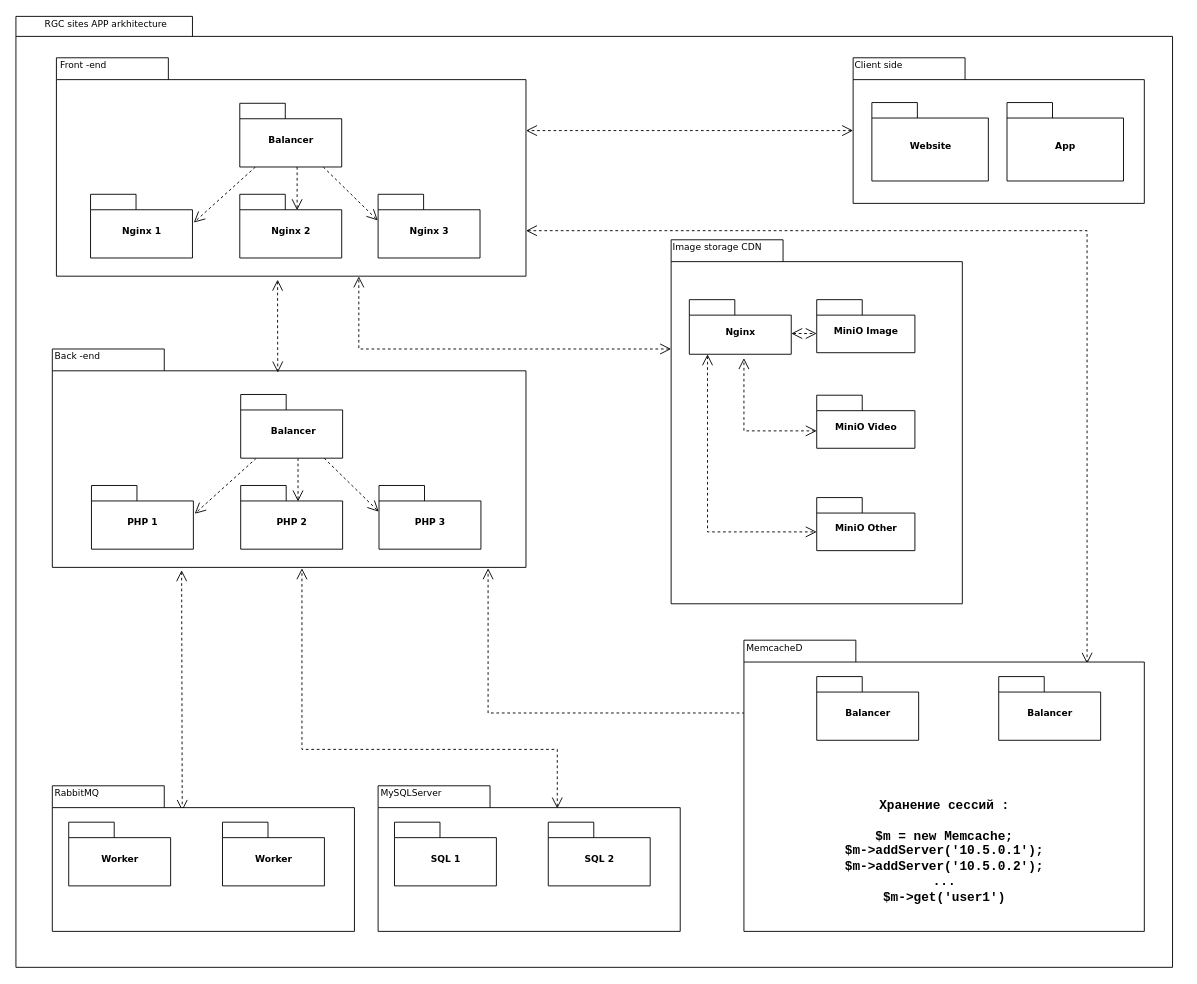
This is arkhitecture RGC sites system.drawio from xxipocima/TestPHPGenesis, a draw.io file, before an edit. Source tidied: cells renumbered, new cells numbered last; positions are measured from the earlier drawing's top-left corner, leaving out a move shared by most shapes. Both pictures are drawn from the tidied source at 91%, with x=0, y=0 at pixel (15, 15).
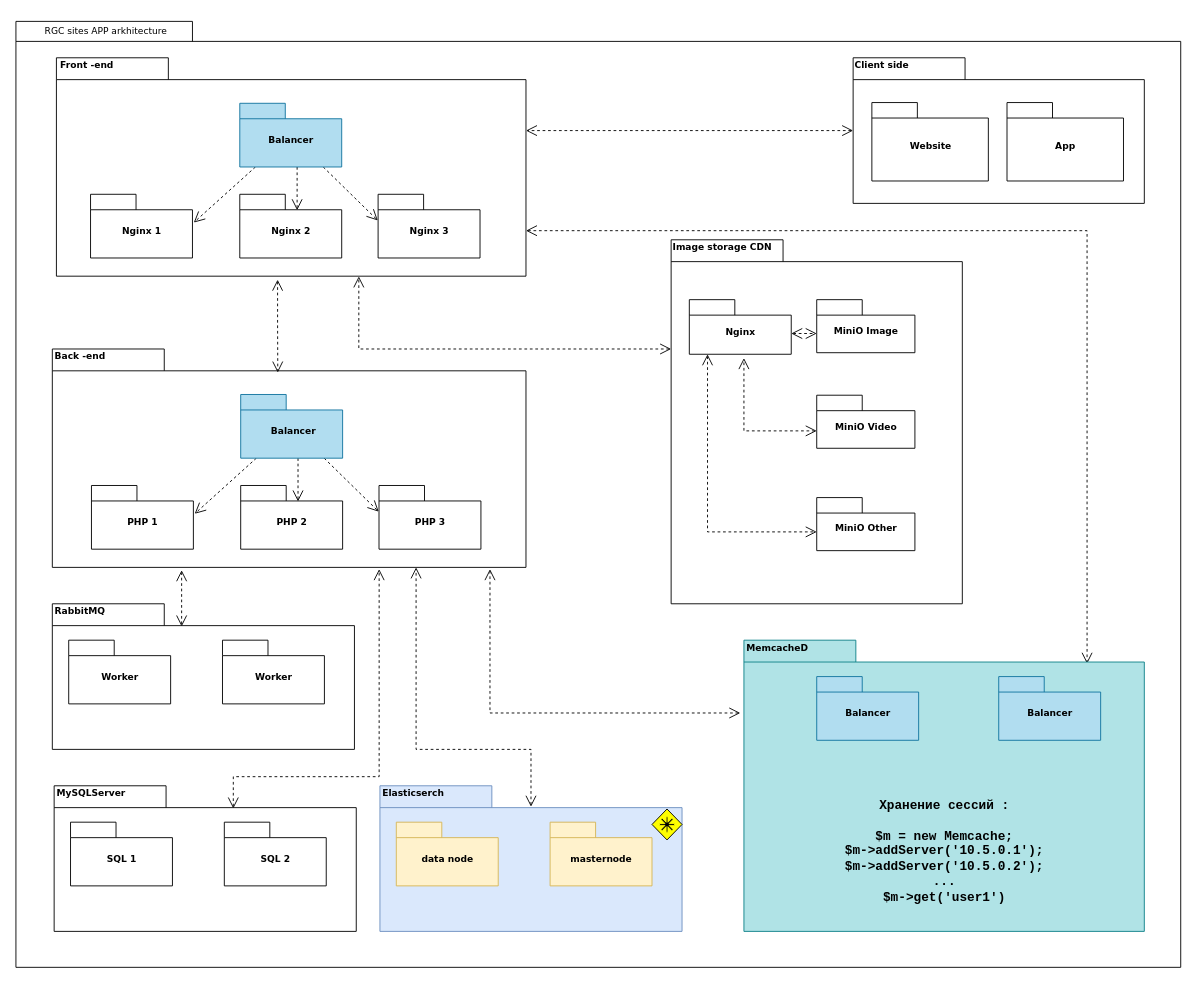
Above is the later version.

The change refers to these unchanged cells:
```xml
<mxCell id="4" style="group;" parent="3" vertex="1">
  <mxGeometry width="320" height="400" as="geometry" />
</mxCell>
<mxCell id="15" style="shape=folder;fontStyle=1;spacingTop=10;tabWidth=123;tabHeight=24;tabPosition=left;html=1;rounded=0;shadow=0;comic=0;labelBackgroundColor=none;strokeColor=#000000;strokeWidth=1;fillColor=#ffffff;fontFamily=Verdana;fontSize=10;fontColor=#000000;align=center;" parent="1" vertex="1">
  <mxGeometry x="40" y="366" width="520.5" height="240" as="geometry" />
</mxCell>
<mxCell id="28" style="group;" parent="1" vertex="1">
  <mxGeometry x="920" y="46" width="320" height="160" as="geometry" />
</mxCell>
```

What changed in the source:
```diff
@@
     <mxCell id="2" style="shape=folder;fontStyle=1;spacingTop=10;tabWidth=194;tabHeight=22;tabPosition=left;html=1;rounded=0;shadow=0;comic=0;labelBackgroundColor=none;strokeWidth=1;fillColor=none;fontFamily=Verdana;fontSize=10;align=center;" parent="1" vertex="1">
-      <mxGeometry y="0.5" width="1271" height="1045" as="geometry" />
+      <mxGeometry y="6" width="1280" height="1039.5" as="geometry" />
     </mxCell>
@@
-    <mxCell id="10" value="Image storage CDN" style="text;html=1;align=left;verticalAlign=top;spacingTop=-4;fontSize=10;fontFamily=Verdana;" parent="4" vertex="1">
+    <mxCell id="10" value="&lt;b&gt;Image storage CDN&lt;/b&gt;" style="text;html=1;align=left;verticalAlign=top;spacingTop=-4;fontSize=10;fontFamily=Verdana;" parent="4" vertex="1">
       <mxGeometry width="180.9" height="21.2" as="geometry" />
     </mxCell>
@@
-    <mxCell id="14" style="edgeStyle=none;rounded=0;html=1;entryX=0.43;entryY=0.173;entryPerimeter=0;dashed=1;labelBackgroundColor=none;startFill=0;endArrow=open;endFill=0;endSize=10;fontFamily=Verdana;fontSize=10;exitX=0.273;exitY=1.013;exitDx=0;exitDy=0;exitPerimeter=0;startArrow=open;startSize=10;" parent="1" edge="1" source="15" target="23">
+    <mxCell id="14" style="edgeStyle=none;rounded=0;html=1;entryX=0.428;entryY=0.156;entryPerimeter=0;dashed=1;labelBackgroundColor=none;startFill=0;endArrow=open;endFill=0;endSize=10;fontFamily=Verdana;fontSize=10;exitX=0.273;exitY=1.013;exitDx=0;exitDy=0;exitPerimeter=0;startArrow=open;startSize=10;entryDx=0;entryDy=0;" parent="1" edge="1" source="15" target="23">
       <mxGeometry relative="1" as="geometry" />
     </mxCell>
@@
-    <mxCell id="19" value="&lt;div&gt;&amp;nbsp;Balancer&lt;/div&gt;" style="shape=folder;fontStyle=1;spacingTop=10;tabWidth=50;tabHeight=17;tabPosition=left;html=1;rounded=0;shadow=0;comic=0;labelBackgroundColor=none;strokeColor=#000000;strokeWidth=1;fillColor=#ffffff;fontFamily=Verdana;fontSize=10;fontColor=#000000;align=center;" parent="1" vertex="1">
+    <mxCell id="19" value="&lt;div&gt;&amp;nbsp;Balancer&lt;/div&gt;" style="shape=folder;fontStyle=1;spacingTop=10;tabWidth=50;tabHeight=17;tabPosition=left;html=1;rounded=0;shadow=0;comic=0;labelBackgroundColor=none;strokeColor=#10739e;strokeWidth=1;fillColor=#b1ddf0;fontFamily=Verdana;fontSize=10;align=center;" parent="1" vertex="1">
       <mxGeometry x="247" y="416" width="112" height="70" as="geometry" />
     </mxCell>
@@
     <mxCell id="23" style="shape=folder;fontStyle=1;spacingTop=10;tabWidth=123;tabHeight=24;tabPosition=left;html=1;rounded=0;shadow=0;comic=0;labelBackgroundColor=none;strokeWidth=1;fontFamily=Verdana;fontSize=10;align=center;" parent="1" vertex="1">
-      <mxGeometry x="40" y="846" width="332" height="160" as="geometry" />
+      <mxGeometry x="40" y="646" width="332" height="160" as="geometry" />
     </mxCell>
     <mxCell id="24" value="Worker" style="shape=folder;fontStyle=1;spacingTop=10;tabWidth=50;tabHeight=17;tabPosition=left;html=1;rounded=0;shadow=0;comic=0;labelBackgroundColor=none;strokeWidth=1;fontFamily=Verdana;fontSize=10;align=center;" parent="1" vertex="1">
-      <mxGeometry x="58" y="886" width="112" height="70" as="geometry" />
+      <mxGeometry x="58" y="686" width="112" height="70" as="geometry" />
     </mxCell>
     <mxCell id="25" value="Worker" style="shape=folder;fontStyle=1;spacingTop=10;tabWidth=50;tabHeight=17;tabPosition=left;html=1;rounded=0;shadow=0;comic=0;labelBackgroundColor=none;strokeWidth=1;fontFamily=Verdana;fontSize=10;align=center;" parent="1" vertex="1">
-      <mxGeometry x="227" y="886" width="112" height="70" as="geometry" />
+      <mxGeometry x="227" y="686" width="112" height="70" as="geometry" />
     </mxCell>
     <mxCell id="26" value="RGC sites APP arkhitecture" style="text;html=1;align=left;verticalAlign=top;spacingTop=-4;fontSize=10;fontFamily=Verdana;" parent="1" vertex="1">
-      <mxGeometry x="30" y="0.5" width="130" height="20" as="geometry" />
+      <mxGeometry x="30" y="7.5" width="130" height="20" as="geometry" />
     </mxCell>
-    <mxCell id="27" value="Back -end" style="text;html=1;align=left;verticalAlign=top;spacingTop=-4;fontSize=10;fontFamily=Verdana;" parent="1" vertex="1">
+    <mxCell id="27" value="&lt;b&gt;Back -end&lt;/b&gt;" style="text;html=1;align=left;verticalAlign=top;spacingTop=-4;fontSize=10;fontFamily=Verdana;" parent="1" vertex="1">
       <mxGeometry x="41" y="366" width="120" height="25.5" as="geometry" />
     </mxCell>
@@
-    <mxCell id="32" value="Client side" style="text;html=1;align=left;verticalAlign=top;spacingTop=-4;fontSize=10;fontFamily=Verdana;" parent="28" vertex="1">
+    <mxCell id="32" value="&lt;b&gt;Client side&lt;/b&gt;" style="text;html=1;align=left;verticalAlign=top;spacingTop=-4;fontSize=10;fontFamily=Verdana;" parent="28" vertex="1">
       <mxGeometry width="102.9" height="31.4" as="geometry" />
     </mxCell>
@@
-    <mxCell id="40" value="&lt;div&gt;Balancer&lt;/div&gt;" style="shape=folder;fontStyle=1;spacingTop=10;tabWidth=50;tabHeight=17;tabPosition=left;html=1;rounded=0;shadow=0;comic=0;labelBackgroundColor=none;strokeColor=#000000;strokeWidth=1;fillColor=#ffffff;fontFamily=Verdana;fontSize=10;fontColor=#000000;align=center;" parent="1" vertex="1">
+    <mxCell id="40" value="&lt;div&gt;Balancer&lt;/div&gt;" style="shape=folder;fontStyle=1;spacingTop=10;tabWidth=50;tabHeight=17;tabPosition=left;html=1;rounded=0;shadow=0;comic=0;labelBackgroundColor=none;strokeColor=#10739e;strokeWidth=1;fillColor=#b1ddf0;fontFamily=Verdana;fontSize=10;align=center;" parent="1" vertex="1">
       <mxGeometry x="246" y="96" width="112" height="70" as="geometry" />
     </mxCell>
@@
-    <mxCell id="44" value="Front -end" style="text;html=1;align=left;verticalAlign=top;spacingTop=-4;fontSize=10;fontFamily=Verdana;" parent="1" vertex="1">
+    <mxCell id="44" value="&lt;b&gt;Front -end&lt;/b&gt;" style="text;html=1;align=left;verticalAlign=top;spacingTop=-4;fontSize=10;fontFamily=Verdana;" parent="1" vertex="1">
       <mxGeometry x="47" y="46" width="120" height="25.5" as="geometry" />
     </mxCell>
@@
-    <mxCell id="46" value="RabbitMQ" style="text;html=1;align=left;verticalAlign=top;spacingTop=-4;fontSize=10;fontFamily=Verdana;" parent="1" vertex="1">
-      <mxGeometry x="41" y="846" width="120" height="25.5" as="geometry" />
+    <mxCell id="46" value="&lt;b&gt;RabbitMQ&lt;/b&gt;" style="text;html=1;align=left;verticalAlign=top;spacingTop=-4;fontSize=10;fontFamily=Verdana;" parent="1" vertex="1">
+      <mxGeometry x="41" y="646" width="120" height="25.5" as="geometry" />
     </mxCell>
-    <mxCell id="47" style="edgeStyle=elbowEdgeStyle;rounded=0;jumpSize=10;jettySize=auto;elbow=vertical;html=1;entryX=0.92;entryY=1.004;entryDx=0;entryDy=0;entryPerimeter=0;dashed=1;startArrow=open;startFill=0;startSize=10;endArrow=open;endFill=0;endSize=10;targetPerimeterSpacing=0;strokeWidth=1;exitX=0.499;exitY=0.176;exitDx=0;exitDy=0;exitPerimeter=0;" parent="1" edge="1" source="48" target="15">
+    <mxCell id="47" style="edgeStyle=elbowEdgeStyle;rounded=0;jumpSize=10;jettySize=auto;elbow=vertical;html=1;entryX=0.924;entryY=1.008;entryDx=0;entryDy=0;entryPerimeter=0;dashed=1;startArrow=open;startFill=0;startSize=10;endArrow=open;endFill=0;endSize=10;targetPerimeterSpacing=0;strokeWidth=1;" parent="1" edge="1" target="15">
       <mxGeometry relative="1" as="geometry">
+        <mxPoint x="796" y="766" as="sourcePoint" />
         <Array as="points">
+          <mxPoint x="650" y="766" />
+          <mxPoint x="640" y="766" />
+          <mxPoint x="660" y="706" />
+          <mxPoint x="460" y="646" />
+          <mxPoint x="700" y="696" />
+          <mxPoint x="590" y="538" />
+          <mxPoint x="1140" y="538" />
+          <mxPoint x="590" y="716" />
           <mxPoint x="840" y="766" />
         </Array>
       </mxGeometry>
     </mxCell>
-    <mxCell id="48" value="&lt;pre style=&quot;font-size: 14px&quot;&gt;&lt;code&gt;&lt;br&gt;&lt;br&gt;&lt;br&gt;&lt;br&gt;&lt;br&gt;&lt;br&gt;&lt;br&gt;&lt;br&gt;Хранение сессий :&lt;br&gt;&lt;br&gt;$m = new Memcache;&lt;br&gt;$m-&amp;gt;addServer(&lt;b&gt;'10.5.0.1'&lt;/b&gt;);&lt;br&gt;$m-&amp;gt;addServer(&lt;b&gt;'10.5.0.2'&lt;/b&gt;);&lt;br&gt;...&lt;br&gt;$m-&amp;gt;get('user1')&lt;/code&gt;&lt;/pre&gt;" style="shape=folder;fontStyle=1;spacingTop=10;tabWidth=123;tabHeight=24;tabPosition=left;html=1;rounded=0;shadow=0;comic=0;labelBackgroundColor=none;strokeWidth=1;fontFamily=Verdana;fontSize=10;align=center;" parent="1" vertex="1">
+    <mxCell id="48" value="&lt;pre style=&quot;font-size: 14px&quot;&gt;&lt;code&gt;&lt;br&gt;&lt;br&gt;&lt;br&gt;&lt;br&gt;&lt;br&gt;&lt;br&gt;&lt;br&gt;&lt;br&gt;Хранение сессий :&lt;br&gt;&lt;br&gt;$m = new Memcache;&lt;br&gt;$m-&amp;gt;addServer(&lt;b&gt;'10.5.0.1'&lt;/b&gt;);&lt;br&gt;$m-&amp;gt;addServer(&lt;b&gt;'10.5.0.2'&lt;/b&gt;);&lt;br&gt;...&lt;br&gt;$m-&amp;gt;get('user1')&lt;/code&gt;&lt;/pre&gt;" style="shape=folder;fontStyle=1;spacingTop=10;tabWidth=123;tabHeight=24;tabPosition=left;html=1;rounded=0;shadow=0;comic=0;labelBackgroundColor=none;strokeWidth=1;fontFamily=Verdana;fontSize=10;align=center;fillColor=#b0e3e6;strokeColor=#0e8088;" parent="1" vertex="1">
       <mxGeometry x="800" y="686" width="440" height="320" as="geometry" />
     </mxCell>
-    <mxCell id="49" value="Balancer" style="shape=folder;fontStyle=1;spacingTop=10;tabWidth=50;tabHeight=17;tabPosition=left;html=1;rounded=0;shadow=0;comic=0;labelBackgroundColor=none;strokeWidth=1;fontFamily=Verdana;fontSize=10;align=center;" parent="1" vertex="1">
+    <mxCell id="49" value="Balancer" style="shape=folder;fontStyle=1;spacingTop=10;tabWidth=50;tabHeight=17;tabPosition=left;html=1;rounded=0;shadow=0;comic=0;labelBackgroundColor=none;strokeWidth=1;fontFamily=Verdana;fontSize=10;align=center;fillColor=#b1ddf0;strokeColor=#10739e;" parent="1" vertex="1">
       <mxGeometry x="880" y="726" width="112" height="70" as="geometry" />
     </mxCell>
-    <mxCell id="50" value="Balancer" style="shape=folder;fontStyle=1;spacingTop=10;tabWidth=50;tabHeight=17;tabPosition=left;html=1;rounded=0;shadow=0;comic=0;labelBackgroundColor=none;strokeWidth=1;fontFamily=Verdana;fontSize=10;align=center;" parent="1" vertex="1">
+    <mxCell id="50" value="Balancer" style="shape=folder;fontStyle=1;spacingTop=10;tabWidth=50;tabHeight=17;tabPosition=left;html=1;rounded=0;shadow=0;comic=0;labelBackgroundColor=none;strokeWidth=1;fontFamily=Verdana;fontSize=10;align=center;fillColor=#b1ddf0;strokeColor=#10739e;" parent="1" vertex="1">
       <mxGeometry x="1080" y="726" width="112" height="70" as="geometry" />
     </mxCell>
-    <mxCell id="51" value="MemcacheD" style="text;html=1;align=left;verticalAlign=top;spacingTop=-4;fontSize=10;fontFamily=Verdana;" parent="1" vertex="1">
+    <mxCell id="51" value="&lt;b&gt;MemcacheD&lt;/b&gt;" style="text;html=1;align=left;verticalAlign=top;spacingTop=-4;fontSize=10;fontFamily=Verdana;" parent="1" vertex="1">
       <mxGeometry x="801" y="686" width="120" height="25.5" as="geometry" />
     </mxCell>
-    <mxCell id="52" style="edgeStyle=elbowEdgeStyle;rounded=0;jumpSize=10;jettySize=auto;elbow=vertical;html=1;entryX=0.527;entryY=1.004;entryDx=0;entryDy=0;entryPerimeter=0;dashed=1;startArrow=open;startFill=0;startSize=10;endArrow=open;endFill=0;endSize=10;targetPerimeterSpacing=0;strokeWidth=1;exitX=0.593;exitY=0.156;exitDx=0;exitDy=0;exitPerimeter=0;" parent="1" edge="1" source="53" target="15">
+    <mxCell id="52" style="edgeStyle=elbowEdgeStyle;rounded=0;jumpSize=10;jettySize=auto;elbow=vertical;html=1;entryX=0.69;entryY=1.008;entryDx=0;entryDy=0;entryPerimeter=0;dashed=1;startArrow=open;startFill=0;startSize=10;endArrow=open;endFill=0;endSize=10;targetPerimeterSpacing=0;strokeWidth=1;exitX=0.593;exitY=0.156;exitDx=0;exitDy=0;exitPerimeter=0;" parent="1" edge="1" source="53" target="15">
       <mxGeometry relative="1" as="geometry">
         <Array as="points">
+          <mxPoint x="340" y="836" />
+          <mxPoint x="350" y="786" />
+          <mxPoint x="420" y="826" />
           <mxPoint x="340" y="806" />
           <mxPoint x="574" y="836" />
           <mxPoint x="600" y="646" />
         </Array>
       </mxGeometry>
     </mxCell>
     <mxCell id="53" style="shape=folder;fontStyle=1;spacingTop=10;tabWidth=123;tabHeight=24;tabPosition=left;html=1;rounded=0;shadow=0;comic=0;labelBackgroundColor=none;strokeWidth=1;fontFamily=Verdana;fontSize=10;align=center;" parent="1" vertex="1">
-      <mxGeometry x="398" y="846" width="332" height="160" as="geometry" />
+      <mxGeometry x="42" y="846" width="332" height="160" as="geometry" />
     </mxCell>
     <mxCell id="54" value="SQL 1" style="shape=folder;fontStyle=1;spacingTop=10;tabWidth=50;tabHeight=17;tabPosition=left;html=1;rounded=0;shadow=0;comic=0;labelBackgroundColor=none;strokeWidth=1;fontFamily=Verdana;fontSize=10;align=center;" parent="1" vertex="1">
-      <mxGeometry x="416" y="886" width="112" height="70" as="geometry" />
+      <mxGeometry x="60" y="886" width="112" height="70" as="geometry" />
     </mxCell>
     <mxCell id="55" value="SQL 2" style="shape=folder;fontStyle=1;spacingTop=10;tabWidth=50;tabHeight=17;tabPosition=left;html=1;rounded=0;shadow=0;comic=0;labelBackgroundColor=none;strokeWidth=1;fontFamily=Verdana;fontSize=10;align=center;" parent="1" vertex="1">
-      <mxGeometry x="585" y="886" width="112" height="70" as="geometry" />
+      <mxGeometry x="229" y="886" width="112" height="70" as="geometry" />
     </mxCell>
-    <mxCell id="56" value="MySQLServer" style="text;html=1;align=left;verticalAlign=top;spacingTop=-4;fontSize=10;fontFamily=Verdana;" parent="1" vertex="1">
-      <mxGeometry x="399" y="846" width="120" height="25.5" as="geometry" />
+    <mxCell id="56" value="&lt;b&gt;MySQLServer&lt;/b&gt;" style="text;html=1;align=left;verticalAlign=top;spacingTop=-4;fontSize=10;fontFamily=Verdana;" parent="1" vertex="1">
+      <mxGeometry x="43" y="846" width="120" height="25.5" as="geometry" />
     </mxCell>
+    <mxCell id="57" style="edgeStyle=elbowEdgeStyle;rounded=0;jettySize=auto;html=1;entryX=0.768;entryY=1;entryDx=0;entryDy=0;entryPerimeter=0;exitX=0.5;exitY=0.144;exitDx=0;exitDy=0;exitPerimeter=0;startArrow=open;startFill=0;endArrow=open;endFill=0;elbow=vertical;endSize=10;startSize=10;dashed=1;" parent="1" edge="1" source="58" target="15">
+      <mxGeometry relative="1" as="geometry">
+        <Array as="points">
+          <mxPoint x="500" y="806" />
+        </Array>
+      </mxGeometry>
+    </mxCell>
+    <mxCell id="58" style="shape=folder;fontStyle=1;spacingTop=10;tabWidth=123;tabHeight=24;tabPosition=left;html=1;rounded=0;shadow=0;comic=0;labelBackgroundColor=none;strokeWidth=1;fontFamily=Verdana;fontSize=10;align=center;fillColor=#dae8fc;strokeColor=#6c8ebf;" parent="1" vertex="1">
+      <mxGeometry x="400" y="846" width="332" height="160" as="geometry" />
+    </mxCell>
+    <mxCell id="59" value="data node" style="shape=folder;fontStyle=1;spacingTop=10;tabWidth=50;tabHeight=17;tabPosition=left;html=1;rounded=0;shadow=0;comic=0;labelBackgroundColor=none;strokeWidth=1;fontFamily=Verdana;fontSize=10;align=center;fillColor=#fff2cc;strokeColor=#d6b656;" parent="1" vertex="1">
+      <mxGeometry x="418" y="886" width="112" height="70" as="geometry" />
+    </mxCell>
+    <mxCell id="60" value="masternode" style="shape=folder;fontStyle=1;spacingTop=10;tabWidth=50;tabHeight=17;tabPosition=left;html=1;rounded=0;shadow=0;comic=0;labelBackgroundColor=none;strokeWidth=1;fontFamily=Verdana;fontSize=10;align=center;fillColor=#fff2cc;strokeColor=#d6b656;" parent="1" vertex="1">
+      <mxGeometry x="587" y="886" width="112" height="70" as="geometry" />
+    </mxCell>
+    <mxCell id="61" value="&lt;b&gt;Elasticserch&lt;/b&gt;" style="text;html=1;align=left;verticalAlign=top;spacingTop=-4;fontSize=10;fontFamily=Verdana;" parent="1" vertex="1">
+      <mxGeometry x="401" y="846" width="120" height="25.5" as="geometry" />
+    </mxCell>
+    <mxCell id="62" style="shape=mxgraph.bpmn.shape;html=1;verticalLabelPosition=bottom;labelBackgroundColor=#ffffff;verticalAlign=top;align=center;perimeter=rhombusPerimeter;background=gateway;outline=none;symbol=complexGw;fontColor=#ffffff;fillColor=#FFFF00;" parent="1" vertex="1">
+      <mxGeometry x="699" y="871.5" width="33" height="34" as="geometry" />
+    </mxCell>
```
